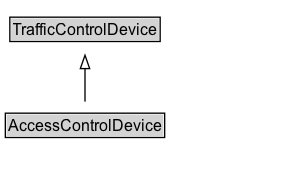
Before: docs/diagrams/AccessControlDevice.dot.png, a diagram exported from Graphviz (k-vaughn/ontology-its-regulation). Its source is kept beside it as docs/diagrams/AccessControlDevice.dot.
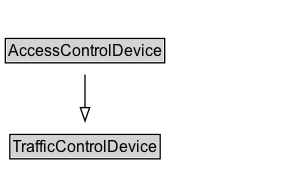
After the commit.

What changed in the source:
```diff
@@ -2,14 +2,14 @@
 	graph [overlap=false rankdir=TB splines=true]
 	node [fontname=Arial fontsize=12 margin=0 shape=none]
 	edge [fontname=Arial fontsize=11]
+	AccessControlDevice [label=<<TABLE BORDER="1" CELLBORDER="0" CELLSPACING="0" CELLPADDING="1"><TR><TD BGCOLOR="lightgray" ALIGN="CENTER">AccessControlDevice</TD></TR></TABLE>> URL="../AccessControlDevice" margin=0]
 	{
 		rank=max
-		AccessControlDevice [label=<<TABLE BORDER="1" CELLBORDER="0" CELLSPACING="0" CELLPADDING="1"><TR><TD BGCOLOR="lightgray" ALIGN="CENTER" PORT="e">AccessControlDevice</TD></TR></TABLE>> URL="../AccessControlDevice.md" margin=0]
 	}
 	subgraph cluster_associated {
 		label="" style=invis
 		Invis [label=<<TABLE BORDER="0" CELLBORDER="0" CELLSPACING="0" CELLPADDING="1"><TR><TD></TD></TR></TABLE>> margin=0 style=invis]
 	}
-	TrafficControlDevice [label=<<TABLE BORDER="1" CELLBORDER="0" CELLSPACING="0" CELLPADDING="1"><TR><TD BGCOLOR="lightgray" ALIGN="CENTER">TrafficControlDevice</TD></TR></TABLE>> URL="../TrafficControlDevice.md" margin=0]
+	TrafficControlDevice [label=<<TABLE BORDER="1" CELLBORDER="0" CELLSPACING="0" CELLPADDING="1"><TR><TD BGCOLOR="lightgray" ALIGN="CENTER">TrafficControlDevice</TD></TR></TABLE>> URL="../TrafficControlDevice" margin=0]
 	AccessControlDevice -> TrafficControlDevice [arrowhead=onormal style=solid]
 }
```
